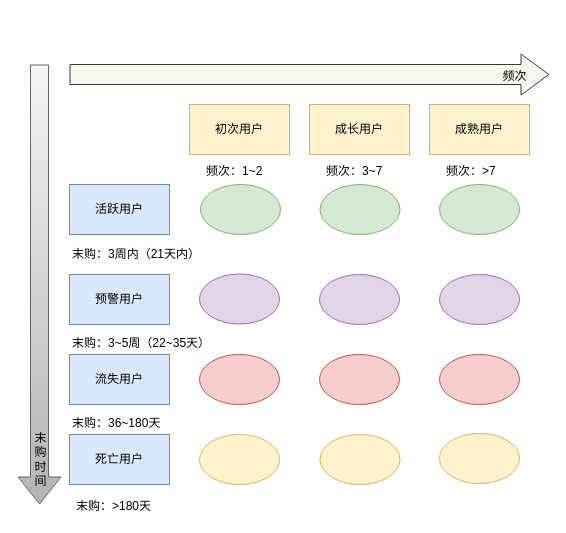
Earlier version of the draw.io diagram Untitled Diagram.drawio (HBUhss/-). Source tidied: cells renumbered, new cells numbered last; positions are measured from the earlier drawing's top-left corner, leaving out a move shared by most shapes. Both pictures are drawn from the tidied source at 100%, with x=0, y=0 at pixel (39, 64).
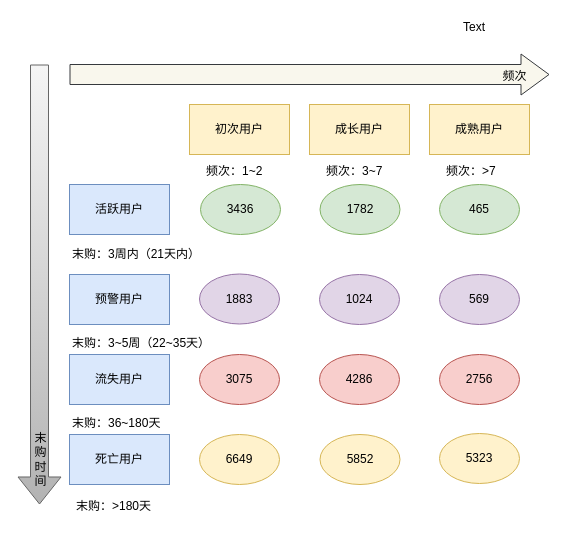
After the change.

Change to the diagram source:
```diff
@@
-    <mxCell id="16" style="ellipse;whiteSpace=wrap;html=1;fillColor=#fff2cc;strokeColor=#d6b656;" parent="1" vertex="1">
+    <mxCell id="16" value="5323" style="ellipse;whiteSpace=wrap;html=1;fillColor=#fff2cc;strokeColor=#d6b656;" parent="1" vertex="1">
       <mxGeometry x="400" y="369" width="80" height="50" as="geometry" />
     </mxCell>
-    <mxCell id="17" style="ellipse;whiteSpace=wrap;html=1;fillColor=#fff2cc;strokeColor=#d6b656;" parent="1" vertex="1">
+    <mxCell id="17" value="5852" style="ellipse;whiteSpace=wrap;html=1;fillColor=#fff2cc;strokeColor=#d6b656;" parent="1" vertex="1">
       <mxGeometry x="280.5" y="370" width="80" height="50" as="geometry" />
     </mxCell>
-    <mxCell id="18" style="ellipse;whiteSpace=wrap;html=1;fillColor=#fff2cc;strokeColor=#d6b656;" parent="1" vertex="1">
+    <mxCell id="18" value="6649" style="ellipse;whiteSpace=wrap;html=1;fillColor=#fff2cc;strokeColor=#d6b656;" parent="1" vertex="1">
       <mxGeometry x="160" y="370" width="80" height="50" as="geometry" />
     </mxCell>
-    <mxCell id="19" style="ellipse;whiteSpace=wrap;html=1;fillColor=#f8cecc;strokeColor=#b85450;" parent="1" vertex="1">
+    <mxCell id="19" value="2756" style="ellipse;whiteSpace=wrap;html=1;fillColor=#f8cecc;strokeColor=#b85450;" parent="1" vertex="1">
       <mxGeometry x="400" y="290" width="80" height="50" as="geometry" />
     </mxCell>
-    <mxCell id="20" style="ellipse;whiteSpace=wrap;html=1;fillColor=#f8cecc;strokeColor=#b85450;" parent="1" vertex="1">
+    <mxCell id="20" value="4286" style="ellipse;whiteSpace=wrap;html=1;fillColor=#f8cecc;strokeColor=#b85450;" parent="1" vertex="1">
       <mxGeometry x="280" y="290" width="80" height="50" as="geometry" />
     </mxCell>
-    <mxCell id="21" style="ellipse;whiteSpace=wrap;html=1;fillColor=#f8cecc;strokeColor=#b85450;" parent="1" vertex="1">
+    <mxCell id="21" value="3075" style="ellipse;whiteSpace=wrap;html=1;fillColor=#f8cecc;strokeColor=#b85450;" parent="1" vertex="1">
       <mxGeometry x="160" y="290" width="80" height="50" as="geometry" />
     </mxCell>
-    <mxCell id="22" style="ellipse;whiteSpace=wrap;html=1;fillColor=#e1d5e7;strokeColor=#9673a6;" parent="1" vertex="1">
+    <mxCell id="22" value="569" style="ellipse;whiteSpace=wrap;html=1;fillColor=#e1d5e7;strokeColor=#9673a6;" parent="1" vertex="1">
       <mxGeometry x="400" y="210" width="80" height="50" as="geometry" />
     </mxCell>
-    <mxCell id="23" style="ellipse;whiteSpace=wrap;html=1;fillColor=#e1d5e7;strokeColor=#9673a6;" parent="1" vertex="1">
+    <mxCell id="23" value="1024" style="ellipse;whiteSpace=wrap;html=1;fillColor=#e1d5e7;strokeColor=#9673a6;" parent="1" vertex="1">
       <mxGeometry x="280" y="210" width="80" height="50" as="geometry" />
     </mxCell>
-    <mxCell id="24" style="ellipse;whiteSpace=wrap;html=1;fillColor=#e1d5e7;strokeColor=#9673a6;" parent="1" vertex="1">
+    <mxCell id="24" value="1883" style="ellipse;whiteSpace=wrap;html=1;fillColor=#e1d5e7;strokeColor=#9673a6;" parent="1" vertex="1">
       <mxGeometry x="160" y="209.5" width="80" height="50" as="geometry" />
     </mxCell>
-    <mxCell id="25" style="ellipse;whiteSpace=wrap;html=1;fillColor=#d5e8d4;strokeColor=#82b366;" parent="1" vertex="1">
+    <mxCell id="25" value="465" style="ellipse;whiteSpace=wrap;html=1;fillColor=#d5e8d4;strokeColor=#82b366;" parent="1" vertex="1">
       <mxGeometry x="400" y="120" width="80" height="50" as="geometry" />
     </mxCell>
-    <mxCell id="26" style="ellipse;whiteSpace=wrap;html=1;fillColor=#d5e8d4;strokeColor=#82b366;" parent="1" vertex="1">
+    <mxCell id="26" value="1782" style="ellipse;whiteSpace=wrap;html=1;fillColor=#d5e8d4;strokeColor=#82b366;" parent="1" vertex="1">
       <mxGeometry x="280.5" y="120" width="80" height="50" as="geometry" />
     </mxCell>
-    <mxCell id="27" style="ellipse;whiteSpace=wrap;html=1;fillColor=#d5e8d4;strokeColor=#82b366;" parent="1" vertex="1">
+    <mxCell id="27" value="3436" style="ellipse;whiteSpace=wrap;html=1;fillColor=#d5e8d4;strokeColor=#82b366;" parent="1" vertex="1">
       <mxGeometry x="161" y="120" width="80" height="50" as="geometry" />
     </mxCell>
@@
+    <mxCell id="32" value="Text" style="text;html=1;align=left;verticalAlign=top;spacingTop=-4;" parent="1" vertex="1">
+      <mxGeometry x="422" y="-47" width="40" height="20" as="geometry" />
+    </mxCell>
```
